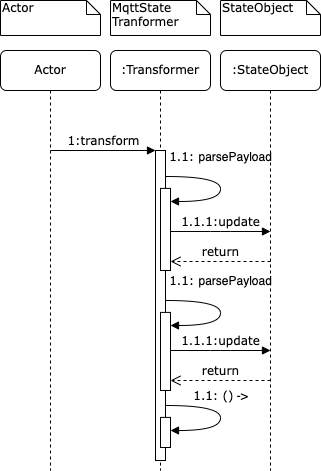
Earlier version of the draw.io export images/Transformation_new.drawio.png (MJ7898/Master-Thesis). Source tidied: cells renumbered, new cells last; positions are measured from the earlier drawing's top-left corner, leaving out a move shared by most shapes.
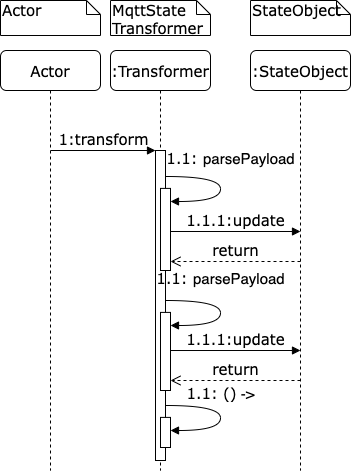
Above is the later version.

The edit, as a diff of the source:
```diff
@@ -2,30 +2,30 @@
   <root>
     <mxCell id="0" />
     <mxCell id="1" parent="0" />
-    <mxCell id="2" value=":Transformer" style="shape=umlLifeline;perimeter=lifelinePerimeter;whiteSpace=wrap;html=1;rounded=1;shadow=0;comic=0;labelBackgroundColor=none;strokeWidth=1;fontFamily=Verdana;fontSize=12;align=center;fillColor=none;" parent="1" vertex="1">
+    <mxCell id="2" value=":Transformer" style="shape=umlLifeline;perimeter=lifelinePerimeter;whiteSpace=wrap;html=1;rounded=1;shadow=0;comic=0;labelBackgroundColor=none;strokeWidth=1;fontFamily=Verdana;fontSize=15;align=center;fillColor=none;" parent="1" vertex="1">
       <mxGeometry x="110" y="50" width="100" height="420" as="geometry" />
     </mxCell>
-    <mxCell id="3" style="html=1;points=[];perimeter=orthogonalPerimeter;rounded=0;shadow=0;comic=0;labelBackgroundColor=none;strokeWidth=1;fontFamily=Verdana;fontSize=12;align=center;" parent="2" vertex="1">
+    <mxCell id="3" style="html=1;points=[];perimeter=orthogonalPerimeter;rounded=0;shadow=0;comic=0;labelBackgroundColor=none;strokeWidth=1;fontFamily=Verdana;fontSize=15;align=center;" parent="2" vertex="1">
       <mxGeometry x="45" y="100" width="10" height="310" as="geometry" />
     </mxCell>
-    <mxCell id="4" style="html=1;points=[];perimeter=orthogonalPerimeter;rounded=0;shadow=0;comic=0;labelBackgroundColor=none;strokeWidth=1;fontFamily=Verdana;fontSize=12;align=center;" parent="2" vertex="1">
+    <mxCell id="4" style="html=1;points=[];perimeter=orthogonalPerimeter;rounded=0;shadow=0;comic=0;labelBackgroundColor=none;strokeWidth=1;fontFamily=Verdana;fontSize=15;align=center;" parent="2" vertex="1">
       <mxGeometry x="50" y="137.9" width="10" height="82.1" as="geometry" />
     </mxCell>
-    <mxCell id="5" value="1.1:&amp;nbsp;&lt;span style=&quot;font-family: sans-serif; text-align: start; caret-color: rgb(0, 0, 0);&quot;&gt;parsePayload&lt;/span&gt;" style="html=1;verticalAlign=bottom;endArrow=block;labelBackgroundColor=none;fontFamily=Verdana;fontSize=12;elbow=vertical;edgeStyle=orthogonalEdgeStyle;curved=1;exitX=1.038;exitY=0.345;exitPerimeter=0;entryX=1;entryY=0.221;entryDx=0;entryDy=0;entryPerimeter=0;" parent="2" edge="1">
-      <mxGeometry x="-0.16" y="-10" relative="1" as="geometry">
+    <mxCell id="5" value="1.1:&amp;nbsp;&lt;span style=&quot;font-family: sans-serif; text-align: start; caret-color: rgb(0, 0, 0); font-size: 15px;&quot;&gt;parsePayload&lt;/span&gt;" style="html=1;verticalAlign=bottom;endArrow=block;labelBackgroundColor=none;fontFamily=Verdana;fontSize=15;elbow=vertical;edgeStyle=orthogonalEdgeStyle;curved=1;exitX=1.038;exitY=0.345;exitPerimeter=0;entryX=1;entryY=0.221;entryDx=0;entryDy=0;entryPerimeter=0;" parent="2" edge="1">
+      <mxGeometry x="-0.16" y="12" relative="1" as="geometry">
         <mxPoint x="55.4" y="126" as="sourcePoint" />
         <mxPoint x="60" y="151" as="targetPoint" />
         <Array as="points">
           <mxPoint x="110" y="126" />
           <mxPoint x="110" y="151" />
         </Array>
-        <mxPoint x="10" y="-10" as="offset" />
+        <mxPoint x="-2" y="-6" as="offset" />
       </mxGeometry>
     </mxCell>
-    <mxCell id="6" style="html=1;perimeter=orthogonalPerimeter;rounded=0;shadow=0;comic=0;labelBackgroundColor=none;strokeWidth=1;fontFamily=Verdana;fontSize=12;align=center;" parent="2" vertex="1">
+    <mxCell id="6" style="html=1;perimeter=orthogonalPerimeter;rounded=0;shadow=0;comic=0;labelBackgroundColor=none;strokeWidth=1;fontFamily=Verdana;fontSize=15;align=center;" parent="2" vertex="1">
       <mxGeometry x="50" y="366.9" width="10" height="30.1" as="geometry" />
     </mxCell>
-    <mxCell id="7" value="1.1: ()&lt;span style=&quot;font-family: sans-serif; text-align: start; caret-color: rgb(0, 0, 0); background-color: rgb(255, 255, 255);&quot;&gt;&amp;nbsp;-&amp;gt;&lt;/span&gt;" style="html=1;verticalAlign=bottom;endArrow=block;labelBackgroundColor=none;fontFamily=Verdana;fontSize=12;elbow=vertical;edgeStyle=orthogonalEdgeStyle;curved=1;exitX=1.038;exitY=0.345;exitPerimeter=0;entryX=1;entryY=0.221;entryDx=0;entryDy=0;entryPerimeter=0;" parent="2" edge="1">
+    <mxCell id="7" value="1.1: ()&lt;span style=&quot;font-family: sans-serif; text-align: start; caret-color: rgb(0, 0, 0); background-color: rgb(255, 255, 255); font-size: 15px;&quot;&gt;&amp;nbsp;-&amp;gt;&lt;/span&gt;" style="html=1;verticalAlign=bottom;endArrow=block;labelBackgroundColor=none;fontFamily=Verdana;fontSize=15;elbow=vertical;edgeStyle=orthogonalEdgeStyle;curved=1;exitX=1.038;exitY=0.345;exitPerimeter=0;entryX=1;entryY=0.221;entryDx=0;entryDy=0;entryPerimeter=0;" parent="2" edge="1">
       <mxGeometry x="-0.16" relative="1" as="geometry">
         <mxPoint x="55.4" y="355" as="sourcePoint" />
         <mxPoint x="60" y="380" as="targetPoint" />
@@ -35,10 +35,10 @@
         </Array>
       </mxGeometry>
     </mxCell>
-    <mxCell id="8" style="html=1;points=[];perimeter=orthogonalPerimeter;rounded=0;shadow=0;comic=0;labelBackgroundColor=none;strokeWidth=1;fontFamily=Verdana;fontSize=12;align=center;" parent="2" vertex="1">
+    <mxCell id="8" style="html=1;points=[];perimeter=orthogonalPerimeter;rounded=0;shadow=0;comic=0;labelBackgroundColor=none;strokeWidth=1;fontFamily=Verdana;fontSize=15;align=center;" parent="2" vertex="1">
       <mxGeometry x="50" y="261.9" width="10" height="78.1" as="geometry" />
     </mxCell>
-    <mxCell id="9" value="1.1:&amp;nbsp;&lt;span style=&quot;font-family: sans-serif; text-align: start; caret-color: rgb(0, 0, 0);&quot;&gt;parsePayload&lt;/span&gt;" style="html=1;verticalAlign=bottom;endArrow=block;labelBackgroundColor=none;fontFamily=Verdana;fontSize=12;elbow=vertical;edgeStyle=orthogonalEdgeStyle;curved=1;exitX=1.038;exitY=0.345;exitPerimeter=0;entryX=1;entryY=0.221;entryDx=0;entryDy=0;entryPerimeter=0;" parent="2" edge="1">
+    <mxCell id="9" value="1.1:&amp;nbsp;&lt;span style=&quot;font-family: sans-serif; text-align: start; caret-color: rgb(0, 0, 0); font-size: 15px;&quot;&gt;parsePayload&lt;/span&gt;" style="html=1;verticalAlign=bottom;endArrow=block;labelBackgroundColor=none;fontFamily=Verdana;fontSize=15;elbow=vertical;edgeStyle=orthogonalEdgeStyle;curved=1;exitX=1.038;exitY=0.345;exitPerimeter=0;entryX=1;entryY=0.221;entryDx=0;entryDy=0;entryPerimeter=0;" parent="2" edge="1">
       <mxGeometry x="-0.16" y="-10" relative="1" as="geometry">
         <mxPoint x="55.4" y="250" as="sourcePoint" />
         <mxPoint x="60" y="275" as="targetPoint" />
@@ -49,57 +49,53 @@
         <mxPoint x="10" y="-10" as="offset" />
       </mxGeometry>
     </mxCell>
-    <mxCell id="10" value="1:transform" style="html=1;verticalAlign=bottom;endArrow=block;entryX=0;entryY=0;labelBackgroundColor=none;fontFamily=Verdana;fontSize=12;edgeStyle=elbowEdgeStyle;elbow=vertical;entryDx=0;entryDy=0;entryPerimeter=0;" parent="1" edge="1" target="3">
+    <mxCell id="10" value="1:transform" style="html=1;verticalAlign=bottom;endArrow=block;entryX=0;entryY=0;labelBackgroundColor=none;fontFamily=Verdana;fontSize=15;edgeStyle=elbowEdgeStyle;elbow=vertical;entryDx=0;entryDy=0;entryPerimeter=0;" parent="1" edge="1" target="3">
       <mxGeometry relative="1" as="geometry">
         <mxPoint x="50" y="150" as="sourcePoint" />
       </mxGeometry>
     </mxCell>
-    <mxCell id="11" value="MqttState&lt;br&gt;Tranformer" style="shape=note;whiteSpace=wrap;html=1;size=14;verticalAlign=top;align=left;spacingTop=-6;rounded=0;shadow=0;comic=0;labelBackgroundColor=none;strokeWidth=1;fontFamily=Verdana;fontSize=12;fillColor=none;" parent="1" vertex="1">
+    <mxCell id="11" value="MqttState&lt;br style=&quot;font-size: 15px;&quot;&gt;Transformer" style="shape=note;whiteSpace=wrap;html=1;size=14;verticalAlign=top;align=left;spacingTop=-6;rounded=0;shadow=0;comic=0;labelBackgroundColor=none;strokeWidth=1;fontFamily=Verdana;fontSize=15;fillColor=none;" parent="1" vertex="1">
       <mxGeometry x="110" width="100" height="35" as="geometry" />
     </mxCell>
-    <mxCell id="12" value="Actor" style="shape=umlLifeline;perimeter=lifelinePerimeter;whiteSpace=wrap;html=1;rounded=1;shadow=0;comic=0;labelBackgroundColor=none;strokeWidth=1;fontFamily=Verdana;fontSize=12;align=center;fillColor=none;" parent="1" vertex="1">
+    <mxCell id="12" value="Actor" style="shape=umlLifeline;perimeter=lifelinePerimeter;whiteSpace=wrap;html=1;rounded=1;shadow=0;comic=0;labelBackgroundColor=none;strokeWidth=1;fontFamily=Verdana;fontSize=15;align=center;fillColor=none;" parent="1" vertex="1">
       <mxGeometry y="50" width="100" height="420" as="geometry" />
     </mxCell>
-    <mxCell id="13" value="Actor" style="shape=note;whiteSpace=wrap;html=1;size=14;verticalAlign=top;align=left;spacingTop=-6;rounded=0;shadow=0;comic=0;labelBackgroundColor=none;strokeWidth=1;fontFamily=Verdana;fontSize=12;fillColor=none;" parent="1" vertex="1">
+    <mxCell id="13" value="Actor" style="shape=note;whiteSpace=wrap;html=1;size=14;verticalAlign=top;align=left;spacingTop=-6;rounded=0;shadow=0;comic=0;labelBackgroundColor=none;strokeWidth=1;fontFamily=Verdana;fontSize=15;fillColor=none;" parent="1" vertex="1">
       <mxGeometry width="100" height="35" as="geometry" />
     </mxCell>
-    <mxCell id="14" value=":StateObject" style="shape=umlLifeline;perimeter=lifelinePerimeter;whiteSpace=wrap;html=1;rounded=1;shadow=0;comic=0;labelBackgroundColor=none;strokeWidth=1;fontFamily=Verdana;fontSize=12;align=center;fillColor=none;" parent="1" vertex="1">
-      <mxGeometry x="220" y="50" width="100" height="420" as="geometry" />
+    <mxCell id="14" value=":StateObject" style="shape=umlLifeline;perimeter=lifelinePerimeter;whiteSpace=wrap;html=1;rounded=1;shadow=0;comic=0;labelBackgroundColor=none;strokeWidth=1;fontFamily=Verdana;fontSize=15;align=center;fillColor=none;" parent="1" vertex="1">
+      <mxGeometry x="250" y="50" width="100" height="420" as="geometry" />
     </mxCell>
-    <mxCell id="15" value="1.1.1:update" style="html=1;verticalAlign=bottom;endArrow=block;labelBackgroundColor=none;fontFamily=Verdana;fontSize=12;edgeStyle=elbowEdgeStyle;elbow=vertical;" parent="14" edge="1">
+    <mxCell id="15" value="1.1.1:update" style="html=1;verticalAlign=bottom;endArrow=block;labelBackgroundColor=none;fontFamily=Verdana;fontSize=15;edgeStyle=elbowEdgeStyle;elbow=vertical;exitX=1;exitY=0.525;exitDx=0;exitDy=0;exitPerimeter=0;" parent="14" edge="1" source="4">
       <mxGeometry relative="1" as="geometry">
-        <mxPoint x="-50" y="181" as="sourcePoint" />
         <mxPoint x="50" y="181" as="targetPoint" />
       </mxGeometry>
     </mxCell>
-    <mxCell id="16" value="return" style="html=1;verticalAlign=bottom;endArrow=open;dashed=1;endSize=8;labelBackgroundColor=none;fontFamily=Verdana;fontSize=12;edgeStyle=elbowEdgeStyle;elbow=vertical;" parent="14" edge="1">
+    <mxCell id="16" value="return" style="html=1;verticalAlign=bottom;endArrow=open;dashed=1;endSize=8;labelBackgroundColor=none;fontFamily=Verdana;fontSize=15;edgeStyle=elbowEdgeStyle;elbow=vertical;entryX=1;entryY=0.89;entryDx=0;entryDy=0;entryPerimeter=0;" parent="14" edge="1" target="4">
       <mxGeometry relative="1" as="geometry">
         <mxPoint x="50" y="211" as="sourcePoint" />
-        <mxPoint x="-50" y="211" as="targetPoint" />
         <Array as="points">
           <mxPoint x="25" y="211" />
           <mxPoint x="55" y="211" />
         </Array>
       </mxGeometry>
     </mxCell>
-    <mxCell id="17" value="1.1.1:update" style="html=1;verticalAlign=bottom;endArrow=block;labelBackgroundColor=none;fontFamily=Verdana;fontSize=12;edgeStyle=elbowEdgeStyle;elbow=vertical;" parent="14" edge="1">
+    <mxCell id="17" value="1.1.1:update" style="html=1;verticalAlign=bottom;endArrow=block;labelBackgroundColor=none;fontFamily=Verdana;fontSize=15;edgeStyle=elbowEdgeStyle;elbow=vertical;exitX=1;exitY=0.488;exitDx=0;exitDy=0;exitPerimeter=0;" parent="14" edge="1" source="8">
       <mxGeometry relative="1" as="geometry">
-        <mxPoint x="-50" y="300" as="sourcePoint" />
         <mxPoint x="50" y="300" as="targetPoint" />
       </mxGeometry>
     </mxCell>
-    <mxCell id="18" value="return" style="html=1;verticalAlign=bottom;endArrow=open;dashed=1;endSize=8;labelBackgroundColor=none;fontFamily=Verdana;fontSize=12;edgeStyle=elbowEdgeStyle;elbow=vertical;" parent="14" edge="1">
+    <mxCell id="18" value="return" style="html=1;verticalAlign=bottom;endArrow=open;dashed=1;endSize=8;labelBackgroundColor=none;fontFamily=Verdana;fontSize=15;edgeStyle=elbowEdgeStyle;elbow=vertical;entryX=1;entryY=0.872;entryDx=0;entryDy=0;entryPerimeter=0;" parent="14" edge="1" target="8">
       <mxGeometry relative="1" as="geometry">
         <mxPoint x="50" y="330" as="sourcePoint" />
-        <mxPoint x="-50" y="330" as="targetPoint" />
         <Array as="points">
           <mxPoint x="25" y="330" />
           <mxPoint x="55" y="330" />
         </Array>
       </mxGeometry>
     </mxCell>
-    <mxCell id="19" value="StateObject" style="shape=note;whiteSpace=wrap;html=1;size=14;verticalAlign=top;align=left;spacingTop=-6;rounded=0;shadow=0;comic=0;labelBackgroundColor=none;strokeWidth=1;fontFamily=Verdana;fontSize=12;fillColor=none;" parent="1" vertex="1">
-      <mxGeometry x="220" width="100" height="35" as="geometry" />
+    <mxCell id="19" value="StateObject" style="shape=note;whiteSpace=wrap;html=1;size=14;verticalAlign=top;align=left;spacingTop=-6;rounded=0;shadow=0;comic=0;labelBackgroundColor=none;strokeWidth=1;fontFamily=Verdana;fontSize=15;fillColor=none;" parent="1" vertex="1">
+      <mxGeometry x="250" width="100" height="35" as="geometry" />
     </mxCell>
   </root>
 </mxGraphModel>
```
